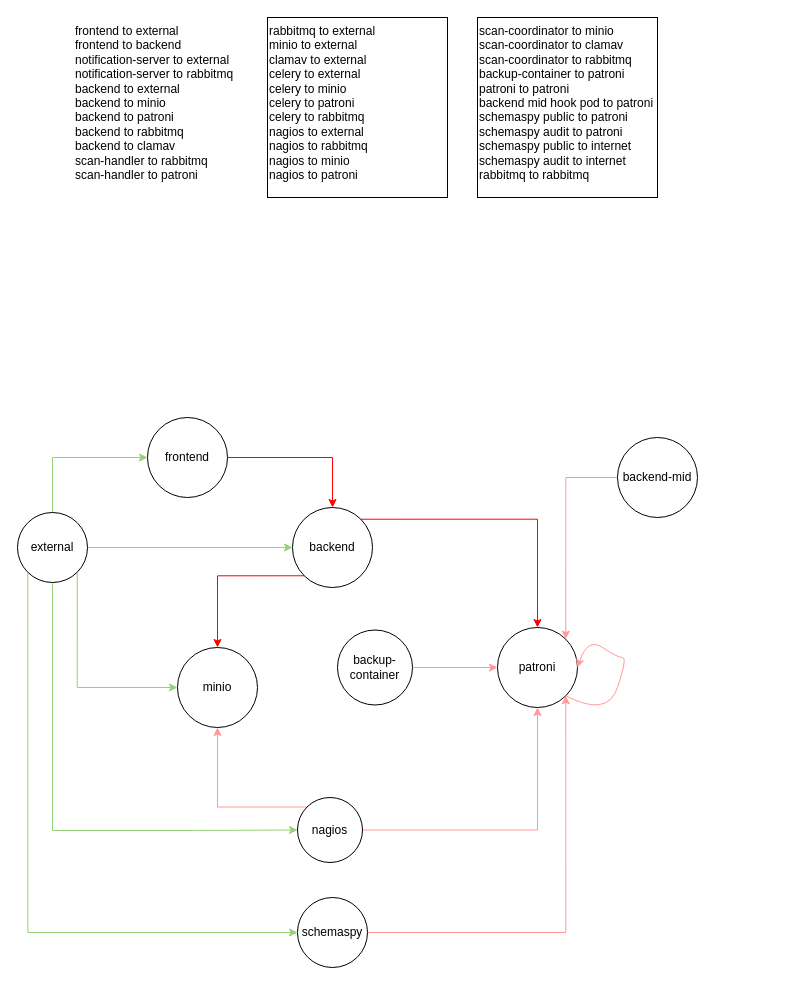
The draw.io diagram openshift/templates/knp/knp-diagram.drawio in bcgov/zeva, before the edit. Source tidied: cells renumbered, new cells numbered last; positions are measured from the earlier drawing's top-left corner, leaving out a move shared by most shapes. Both pictures are drawn from the tidied source at 100%, with x=0, y=0 at pixel (17, 17).
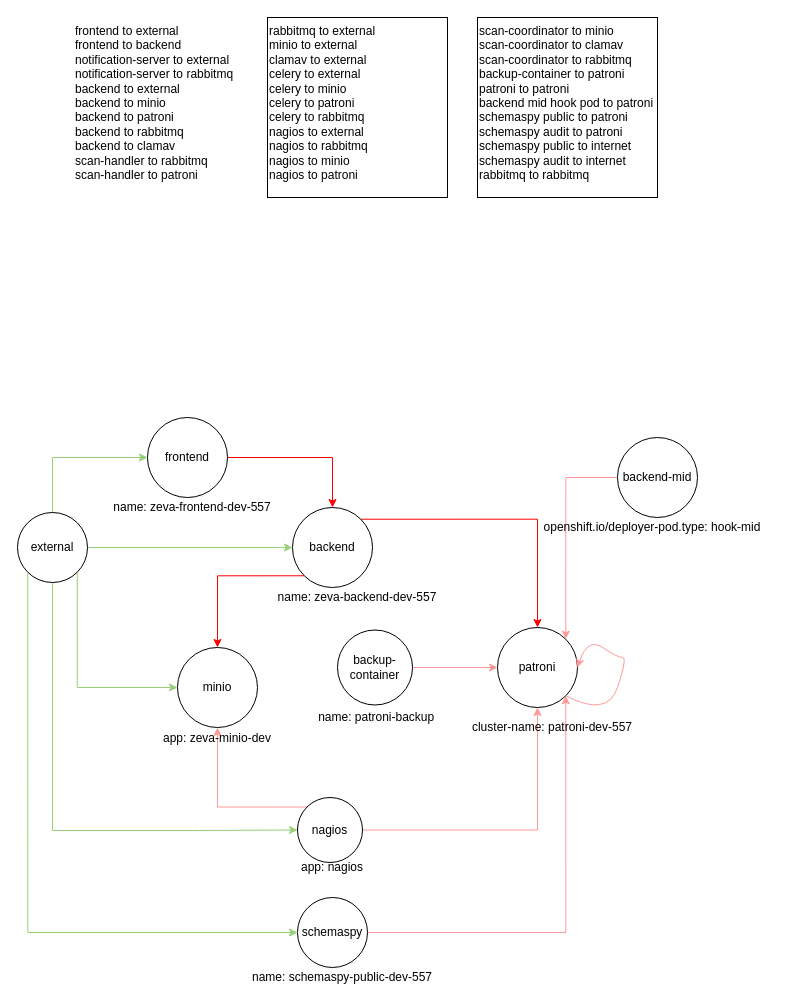
Above is the later version.

What changed in the source:
```diff
@@
+    <mxCell id="28" value="app: zeva-minio-dev" style="text;html=1;strokeColor=none;fillColor=none;align=center;verticalAlign=middle;whiteSpace=wrap;rounded=0;" parent="1" vertex="1">
+      <mxGeometry x="125" y="710" width="150" height="22.5" as="geometry" />
+    </mxCell>
+    <mxCell id="29" value="name: zeva-backend-dev-557" style="text;html=1;strokeColor=none;fillColor=none;align=center;verticalAlign=middle;whiteSpace=wrap;rounded=0;" parent="1" vertex="1">
+      <mxGeometry x="250" y="570" width="180" height="20" as="geometry" />
+    </mxCell>
+    <mxCell id="30" value="cluster-name: patroni-dev-557" style="text;html=1;strokeColor=none;fillColor=none;align=center;verticalAlign=middle;whiteSpace=wrap;rounded=0;" parent="1" vertex="1">
+      <mxGeometry x="450" y="700" width="170" height="20" as="geometry" />
+    </mxCell>
+    <mxCell id="31" value="&amp;nbsp;name: patroni-backup" style="text;html=1;strokeColor=none;fillColor=none;align=center;verticalAlign=middle;whiteSpace=wrap;rounded=0;" parent="1" vertex="1">
+      <mxGeometry x="290" y="690" width="135" height="20" as="geometry" />
+    </mxCell>
+    <mxCell id="32" value="name: schemaspy-public-dev-557" style="text;html=1;strokeColor=none;fillColor=none;align=center;verticalAlign=middle;whiteSpace=wrap;rounded=0;" parent="1" vertex="1">
+      <mxGeometry x="230" y="950" width="190" height="20" as="geometry" />
+    </mxCell>
+    <mxCell id="33" value="app: nagios" style="text;html=1;strokeColor=none;fillColor=none;align=center;verticalAlign=middle;whiteSpace=wrap;rounded=0;" parent="1" vertex="1">
+      <mxGeometry x="270" y="840" width="90" height="20" as="geometry" />
+    </mxCell>
+    <mxCell id="34" value="name: zeva-frontend-dev-557" style="text;html=1;strokeColor=none;fillColor=none;align=center;verticalAlign=middle;whiteSpace=wrap;rounded=0;" parent="1" vertex="1">
+      <mxGeometry x="90" y="480" width="170" height="20" as="geometry" />
+    </mxCell>
+    <mxCell id="35" value="openshift.io/deployer-pod.type: hook-mid" style="text;html=1;strokeColor=none;fillColor=none;align=center;verticalAlign=middle;whiteSpace=wrap;rounded=0;" parent="1" vertex="1">
+      <mxGeometry x="520" y="500" width="230" height="20" as="geometry" />
+    </mxCell>
```
